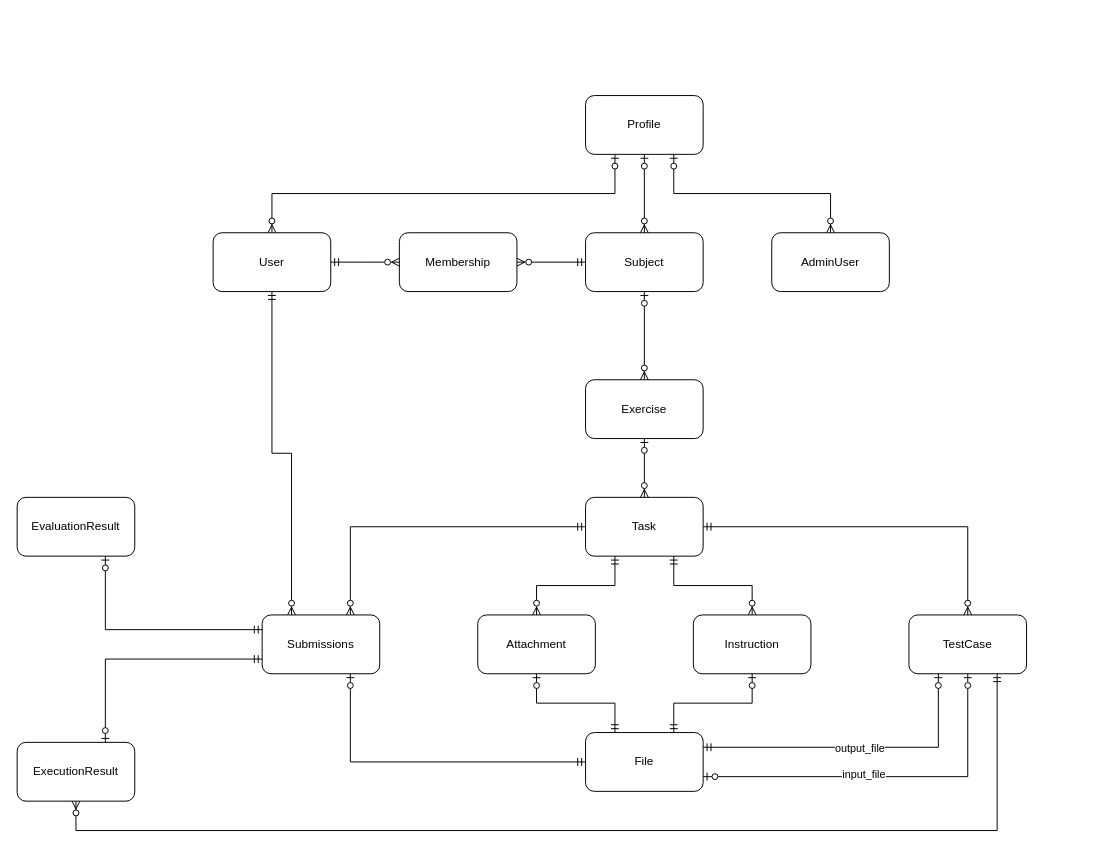
Earlier version of the draw.io diagram doc/backend/DataModel.drawio (ooemperor/CodeGrader). Source tidied: cells renumbered, new cells numbered last; positions are measured from the earlier drawing's top-left corner, leaving out a move shared by most shapes. Both pictures are drawn from the tidied source at 98%, with x=0, y=0 at pixel (17, 95).
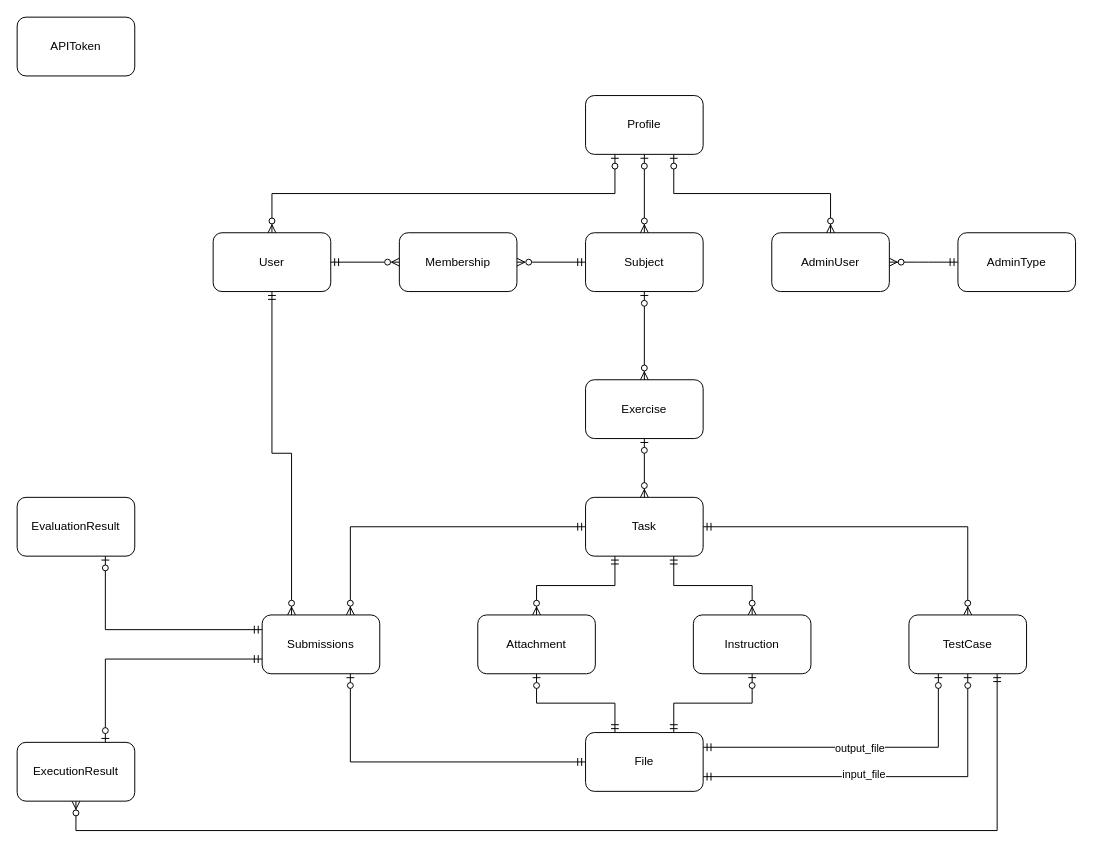
The same page after the edit.

Unchanged cells that the change refers to:
```xml
<mxCell id="3" value="AdminUser" style="rounded=1;whiteSpace=wrap;html=1;" parent="1" vertex="1">
  <mxGeometry x="770" y="140" width="120" height="60" as="geometry" />
</mxCell>
<mxCell id="18" value="File" style="rounded=1;whiteSpace=wrap;html=1;" parent="1" vertex="1">
  <mxGeometry x="580" y="650" width="120" height="60" as="geometry" />
</mxCell>
<mxCell id="31" value="TestCase" style="rounded=1;whiteSpace=wrap;html=1;" parent="1" vertex="1">
  <mxGeometry x="910" y="530" width="120" height="60" as="geometry" />
</mxCell>
```

Change to the diagram source:
```diff
@@
-    <mxCell id="35" style="edgeStyle=orthogonalEdgeStyle;fontSize=12;html=1;endArrow=ERzeroToOne;startArrow=ERzeroToOne;rounded=0;endFill=0;exitX=1;exitY=0.75;exitDx=0;exitDy=0;entryX=0.5;entryY=1;entryDx=0;entryDy=0;" parent="1" edge="1" source="18" target="31">
+    <mxCell id="35" style="edgeStyle=orthogonalEdgeStyle;fontSize=12;html=1;endArrow=ERzeroToOne;startArrow=ERmandOne;rounded=0;endFill=1;exitX=1;exitY=0.75;exitDx=0;exitDy=0;entryX=0.5;entryY=1;entryDx=0;entryDy=0;startFill=0;" parent="1" edge="1" source="18" target="31">
       <mxGeometry relative="1" as="geometry" />
     </mxCell>
@@
+    <mxCell id="38" value="AdminType" style="rounded=1;whiteSpace=wrap;html=1;" parent="1" vertex="1">
+      <mxGeometry x="960" y="140" width="120" height="60" as="geometry" />
+    </mxCell>
+    <mxCell id="39" style="edgeStyle=entityRelationEdgeStyle;fontSize=12;html=1;endArrow=ERzeroToMany;startArrow=ERmandOne;rounded=0;exitX=0;exitY=0.5;exitDx=0;exitDy=0;entryX=1;entryY=0.5;entryDx=0;entryDy=0;" parent="1" edge="1" source="38" target="3">
+      <mxGeometry relative="1" as="geometry" />
+    </mxCell>
+    <mxCell id="40" value="APIToken" style="rounded=1;whiteSpace=wrap;html=1;" parent="1" vertex="1">
+      <mxGeometry y="-80" width="120" height="60" as="geometry" />
+    </mxCell>
```
